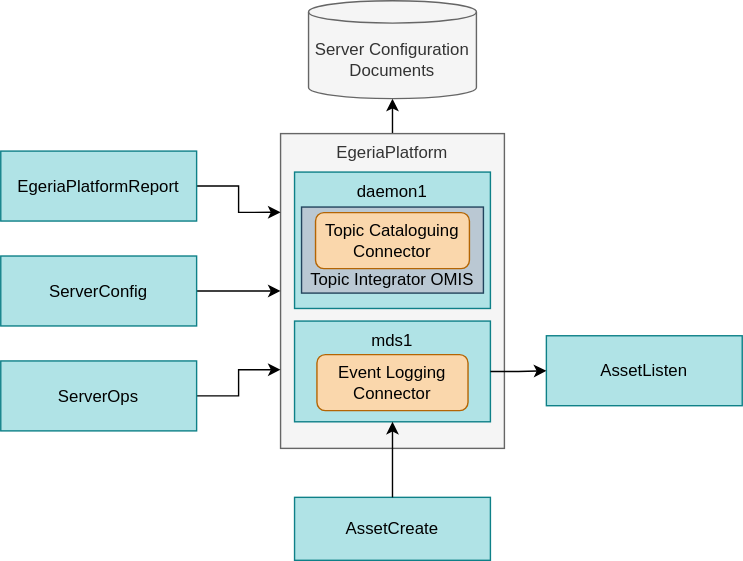
odpi/egeria-docs keeps this draw.io diagram as site/docs/education/egeria-dojo/developer/developer-dojo-architecture-6.svg. Above is the earlier version. Source tidied: cells renumbered, new cells last; positions are measured from the earlier drawing's top-left corner, leaving out a move shared by most shapes. Its diagram source:
```xml
<mxGraphModel>
  <root>
    <mxCell id="0" />
    <mxCell id="1" parent="0" />
    <mxCell id="2" value="AssetListen" style="rounded=0;whiteSpace=wrap;html=1;fillColor=#b0e3e6;strokeColor=#0e8088;" parent="1" vertex="1">
      <mxGeometry x="390" y="239.5" width="140" height="50" as="geometry" />
    </mxCell>
    <mxCell id="3" value="AssetCreate" style="rounded=0;whiteSpace=wrap;html=1;fillColor=#b0e3e6;strokeColor=#0e8088;" parent="1" vertex="1">
      <mxGeometry x="210" y="355" width="140" height="45" as="geometry" />
    </mxCell>
    <mxCell id="4" style="edgeStyle=orthogonalEdgeStyle;rounded=0;jettySize=auto;html=1;exitX=0.5;exitY=0;exitDx=0;exitDy=0;" parent="1" edge="1" source="5" target="13">
      <mxGeometry relative="1" as="geometry" />
    </mxCell>
    <mxCell id="5" value="EgeriaPlatform" style="rounded=0;whiteSpace=wrap;html=1;fillColor=#f5f5f5;strokeColor=#666666;fontColor=#333333;verticalAlign=top;" parent="1" vertex="1">
      <mxGeometry x="200" y="95" width="160" height="225" as="geometry" />
    </mxCell>
    <mxCell id="6" style="edgeStyle=orthogonalEdgeStyle;rounded=0;jettySize=auto;html=1;" parent="1" edge="1" source="7" target="5">
      <mxGeometry relative="1" as="geometry" />
    </mxCell>
    <mxCell id="7" value="ServerConfig" style="rounded=0;whiteSpace=wrap;html=1;fillColor=#b0e3e6;strokeColor=#0e8088;" parent="1" vertex="1">
      <mxGeometry y="182.5" width="140" height="50" as="geometry" />
    </mxCell>
    <mxCell id="8" style="edgeStyle=orthogonalEdgeStyle;rounded=0;jettySize=auto;html=1;entryX=0;entryY=0.75;entryDx=0;entryDy=0;" parent="1" edge="1" source="9" target="5">
      <mxGeometry relative="1" as="geometry" />
    </mxCell>
    <mxCell id="9" value="ServerOps" style="rounded=0;whiteSpace=wrap;html=1;fillColor=#b0e3e6;strokeColor=#0e8088;" parent="1" vertex="1">
      <mxGeometry y="257.5" width="140" height="50" as="geometry" />
    </mxCell>
    <mxCell id="10" style="edgeStyle=orthogonalEdgeStyle;rounded=0;jettySize=auto;html=1;entryX=0;entryY=0.25;entryDx=0;entryDy=0;" parent="1" edge="1" source="11" target="5">
      <mxGeometry relative="1" as="geometry" />
    </mxCell>
    <mxCell id="11" value="EgeriaPlatformReport" style="rounded=0;whiteSpace=wrap;html=1;fillColor=#b0e3e6;strokeColor=#0e8088;" parent="1" vertex="1">
      <mxGeometry y="107.5" width="140" height="50" as="geometry" />
    </mxCell>
    <mxCell id="12" value="mds1" style="rounded=0;whiteSpace=wrap;html=1;fillColor=#b0e3e6;strokeColor=#0e8088;verticalAlign=top;" parent="1" vertex="1">
      <mxGeometry x="210" y="229" width="140" height="72" as="geometry" />
    </mxCell>
    <mxCell id="13" value="Server Configuration&lt;br&gt;Documents" style="shape=cylinder3;whiteSpace=wrap;html=1;boundedLbl=1;backgroundOutline=1;size=8;fillColor=#f5f5f5;fontColor=#333333;strokeColor=#666666;" parent="1" vertex="1">
      <mxGeometry x="220" width="120" height="70" as="geometry" />
    </mxCell>
    <mxCell id="14" style="edgeStyle=orthogonalEdgeStyle;rounded=0;jettySize=auto;html=1;" parent="1" edge="1" source="12" target="2">
      <mxGeometry relative="1" as="geometry" />
    </mxCell>
    <mxCell id="15" value="Event Logging&lt;br&gt;Connector" style="rounded=1;whiteSpace=wrap;html=1;fillColor=#fad7ac;strokeColor=#b46504;" parent="1" vertex="1">
      <mxGeometry x="226" y="253" width="108" height="40" as="geometry" />
    </mxCell>
    <mxCell id="16" value="daemon1" style="rounded=0;whiteSpace=wrap;html=1;fillColor=#b0e3e6;strokeColor=#0e8088;verticalAlign=top;" parent="1" vertex="1">
      <mxGeometry x="210" y="122.5" width="140" height="97.5" as="geometry" />
    </mxCell>
    <mxCell id="17" value="Topic Integrator OMIS" style="rounded=0;whiteSpace=wrap;html=1;verticalAlign=bottom;fillColor=#bac8d3;strokeColor=#23445d;" parent="1" vertex="1">
      <mxGeometry x="215" y="147.5" width="130" height="61.5" as="geometry" />
    </mxCell>
    <mxCell id="18" value="Topic Cataloguing&lt;br&gt;Connector" style="rounded=1;whiteSpace=wrap;html=1;fillColor=#fad7ac;strokeColor=#b46504;" parent="1" vertex="1">
      <mxGeometry x="225" y="151.5" width="110" height="40" as="geometry" />
    </mxCell>
    <mxCell id="19" style="edgeStyle=orthogonalEdgeStyle;rounded=0;jettySize=auto;html=1;entryX=0.5;entryY=1;entryDx=0;entryDy=0;" parent="1" edge="1" source="3" target="12">
      <mxGeometry relative="1" as="geometry" />
    </mxCell>
  </root>
</mxGraphModel>
```
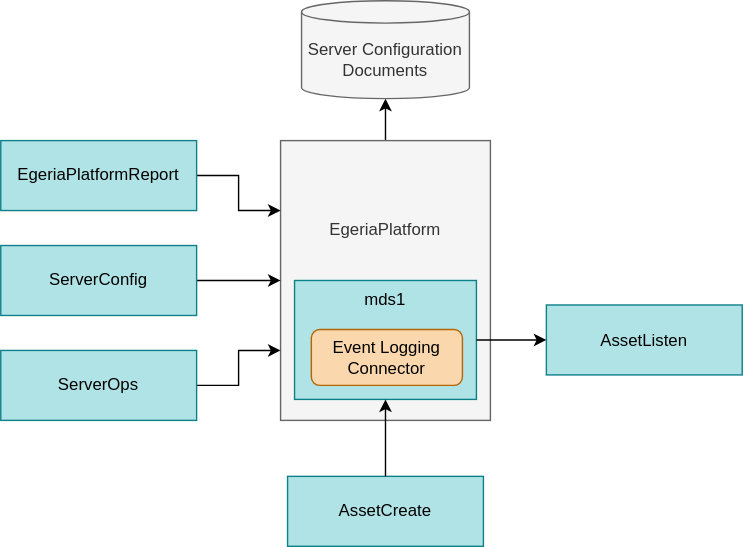
After the change.

Change to the diagram source:
```diff
@@ -3,58 +3,49 @@
     <mxCell id="0" />
     <mxCell id="1" parent="0" />
     <mxCell id="2" value="AssetListen" style="rounded=0;whiteSpace=wrap;html=1;fillColor=#b0e3e6;strokeColor=#0e8088;" parent="1" vertex="1">
-      <mxGeometry x="390" y="239.5" width="140" height="50" as="geometry" />
+      <mxGeometry x="370" y="217.5" width="140" height="50" as="geometry" />
     </mxCell>
     <mxCell id="3" value="AssetCreate" style="rounded=0;whiteSpace=wrap;html=1;fillColor=#b0e3e6;strokeColor=#0e8088;" parent="1" vertex="1">
-      <mxGeometry x="210" y="355" width="140" height="45" as="geometry" />
+      <mxGeometry x="185" y="340" width="140" height="50" as="geometry" />
     </mxCell>
     <mxCell id="4" style="edgeStyle=orthogonalEdgeStyle;rounded=0;jettySize=auto;html=1;exitX=0.5;exitY=0;exitDx=0;exitDy=0;" parent="1" edge="1" source="5" target="13">
       <mxGeometry relative="1" as="geometry" />
     </mxCell>
-    <mxCell id="5" value="EgeriaPlatform" style="rounded=0;whiteSpace=wrap;html=1;fillColor=#f5f5f5;strokeColor=#666666;fontColor=#333333;verticalAlign=top;" parent="1" vertex="1">
-      <mxGeometry x="200" y="95" width="160" height="225" as="geometry" />
+    <mxCell id="5" value="EgeriaPlatform&lt;br&gt;&lt;br&gt;&lt;br&gt;&lt;br&gt;&lt;br&gt;&lt;br&gt;" style="rounded=0;whiteSpace=wrap;html=1;fillColor=#f5f5f5;strokeColor=#666666;fontColor=#333333;" parent="1" vertex="1">
+      <mxGeometry x="180" y="100" width="150" height="200" as="geometry" />
     </mxCell>
     <mxCell id="6" style="edgeStyle=orthogonalEdgeStyle;rounded=0;jettySize=auto;html=1;" parent="1" edge="1" source="7" target="5">
       <mxGeometry relative="1" as="geometry" />
     </mxCell>
     <mxCell id="7" value="ServerConfig" style="rounded=0;whiteSpace=wrap;html=1;fillColor=#b0e3e6;strokeColor=#0e8088;" parent="1" vertex="1">
-      <mxGeometry y="182.5" width="140" height="50" as="geometry" />
+      <mxGeometry x="-20" y="175" width="140" height="50" as="geometry" />
     </mxCell>
     <mxCell id="8" style="edgeStyle=orthogonalEdgeStyle;rounded=0;jettySize=auto;html=1;entryX=0;entryY=0.75;entryDx=0;entryDy=0;" parent="1" edge="1" source="9" target="5">
       <mxGeometry relative="1" as="geometry" />
     </mxCell>
     <mxCell id="9" value="ServerOps" style="rounded=0;whiteSpace=wrap;html=1;fillColor=#b0e3e6;strokeColor=#0e8088;" parent="1" vertex="1">
-      <mxGeometry y="257.5" width="140" height="50" as="geometry" />
+      <mxGeometry x="-20" y="250" width="140" height="50" as="geometry" />
     </mxCell>
     <mxCell id="10" style="edgeStyle=orthogonalEdgeStyle;rounded=0;jettySize=auto;html=1;entryX=0;entryY=0.25;entryDx=0;entryDy=0;" parent="1" edge="1" source="11" target="5">
       <mxGeometry relative="1" as="geometry" />
     </mxCell>
     <mxCell id="11" value="EgeriaPlatformReport" style="rounded=0;whiteSpace=wrap;html=1;fillColor=#b0e3e6;strokeColor=#0e8088;" parent="1" vertex="1">
-      <mxGeometry y="107.5" width="140" height="50" as="geometry" />
+      <mxGeometry x="-20" y="100" width="140" height="50" as="geometry" />
     </mxCell>
     <mxCell id="12" value="mds1" style="rounded=0;whiteSpace=wrap;html=1;fillColor=#b0e3e6;strokeColor=#0e8088;verticalAlign=top;" parent="1" vertex="1">
-      <mxGeometry x="210" y="229" width="140" height="72" as="geometry" />
+      <mxGeometry x="190" y="200" width="130" height="85" as="geometry" />
     </mxCell>
     <mxCell id="13" value="Server Configuration&lt;br&gt;Documents" style="shape=cylinder3;whiteSpace=wrap;html=1;boundedLbl=1;backgroundOutline=1;size=8;fillColor=#f5f5f5;fontColor=#333333;strokeColor=#666666;" parent="1" vertex="1">
-      <mxGeometry x="220" width="120" height="70" as="geometry" />
+      <mxGeometry x="195" width="120" height="70" as="geometry" />
     </mxCell>
     <mxCell id="14" style="edgeStyle=orthogonalEdgeStyle;rounded=0;jettySize=auto;html=1;" parent="1" edge="1" source="12" target="2">
       <mxGeometry relative="1" as="geometry" />
     </mxCell>
     <mxCell id="15" value="Event Logging&lt;br&gt;Connector" style="rounded=1;whiteSpace=wrap;html=1;fillColor=#fad7ac;strokeColor=#b46504;" parent="1" vertex="1">
-      <mxGeometry x="226" y="253" width="108" height="40" as="geometry" />
+      <mxGeometry x="202" y="235" width="108" height="40" as="geometry" />
     </mxCell>
-    <mxCell id="16" value="daemon1" style="rounded=0;whiteSpace=wrap;html=1;fillColor=#b0e3e6;strokeColor=#0e8088;verticalAlign=top;" parent="1" vertex="1">
-      <mxGeometry x="210" y="122.5" width="140" height="97.5" as="geometry" />
+    <mxCell id="16" style="edgeStyle=orthogonalEdgeStyle;rounded=0;jettySize=auto;html=1;entryX=0.5;entryY=1;entryDx=0;entryDy=0;" parent="1" edge="1" source="3" target="12">
+      <mxGeometry relative="1" as="geometry" />
     </mxCell>
-    <mxCell id="17" value="Topic Integrator OMIS" style="rounded=0;whiteSpace=wrap;html=1;verticalAlign=bottom;fillColor=#bac8d3;strokeColor=#23445d;" parent="1" vertex="1">
-      <mxGeometry x="215" y="147.5" width="130" height="61.5" as="geometry" />
-    </mxCell>
-    <mxCell id="18" value="Topic Cataloguing&lt;br&gt;Connector" style="rounded=1;whiteSpace=wrap;html=1;fillColor=#fad7ac;strokeColor=#b46504;" parent="1" vertex="1">
-      <mxGeometry x="225" y="151.5" width="110" height="40" as="geometry" />
-    </mxCell>
-    <mxCell id="19" style="edgeStyle=orthogonalEdgeStyle;rounded=0;jettySize=auto;html=1;entryX=0.5;entryY=1;entryDx=0;entryDy=0;" parent="1" edge="1" source="3" target="12">
-      <mxGeometry relative="1" as="geometry" />
-    </mxCell>
   </root>
 </mxGraphModel>
```
